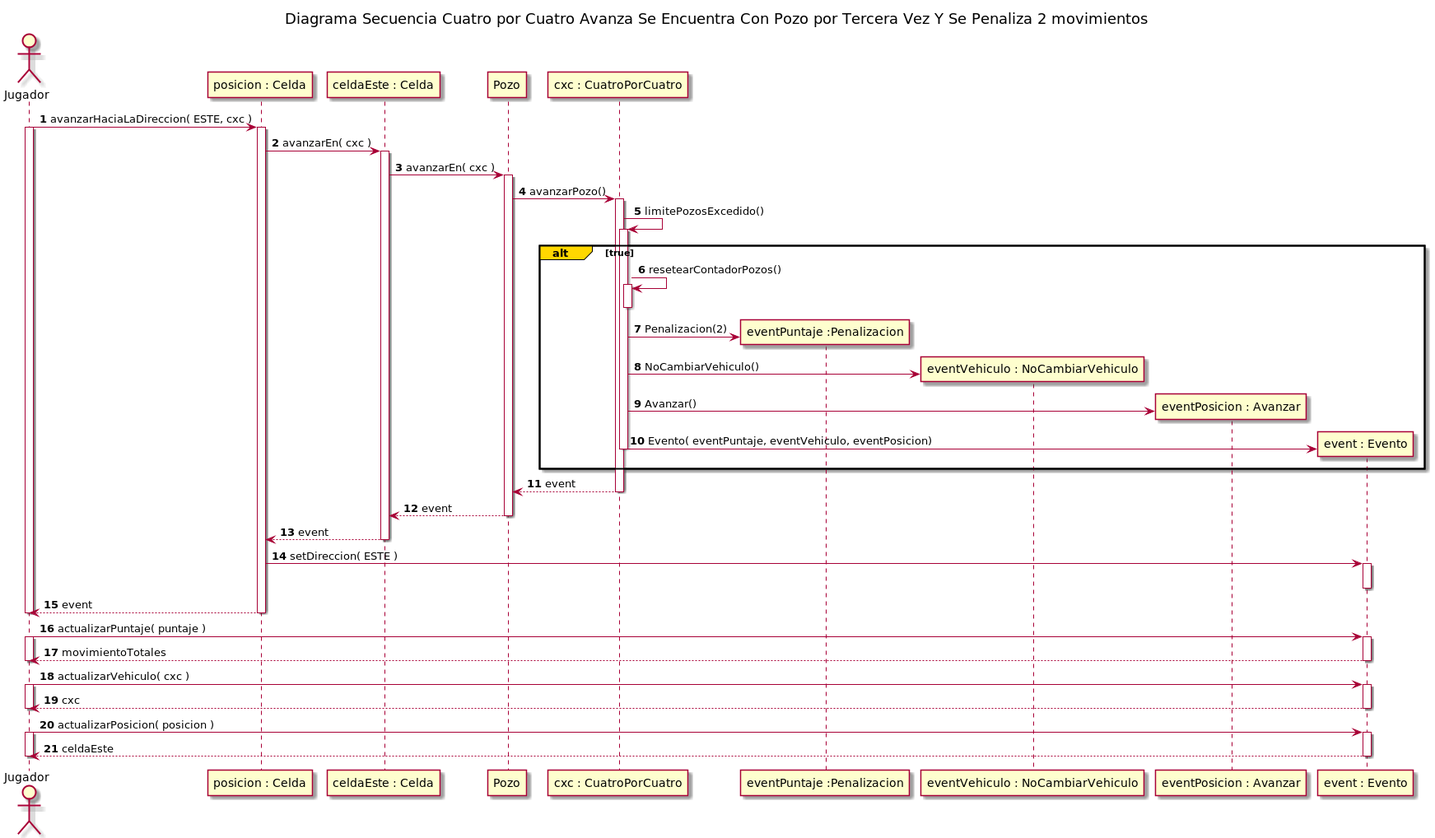
Above: diagrams/sequences/entrega1/actualizados/img/DiagramaSecuenciaCasoConPozo3VecesEnCuatroPorCuatro.png in rodrigovzq/algo3_tp2 (PlantUML), before the change. Its diagram source:
```plantuml
@startuml
title Diagrama Secuencia Cuatro por Cuatro Avanza Se Encuentra Con Pozo por Tercera Vez Y Se Penaliza 2 movimientos


autonumber

actor Jugador

Jugador -> "posicion : Celda"++: avanzarHaciaLaDireccion( ESTE, cxc )

activate Jugador
"posicion : Celda" -> "celdaEste : Celda"++: avanzarEn( cxc )


"celdaEste : Celda" -> Pozo++: avanzarEn( cxc )
Pozo -> "cxc : CuatroPorCuatro"++: avanzarPozo()

"cxc : CuatroPorCuatro" -> "cxc : CuatroPorCuatro"++: limitePozosExcedido()

alt#Gold   true
    "cxc : CuatroPorCuatro" ->"cxc : CuatroPorCuatro"++: resetearContadorPozos()
    deactivate "cxc : CuatroPorCuatro"
    create "eventPuntaje :Penalizacion"
    "cxc : CuatroPorCuatro"-> "eventPuntaje :Penalizacion": Penalizacion(2)

    create "eventVehiculo : NoCambiarVehiculo"
    "cxc : CuatroPorCuatro"-> "eventVehiculo : NoCambiarVehiculo": NoCambiarVehiculo()

    create "eventPosicion : Avanzar"
    "cxc : CuatroPorCuatro"-> "eventPosicion : Avanzar": Avanzar()

    create "event : Evento"
    "cxc : CuatroPorCuatro"  -> "event : Evento": Evento( eventPuntaje, eventVehiculo, eventPosicion)

    deactivate "cxc : CuatroPorCuatro"

end
    "cxc : CuatroPorCuatro" --> Pozo--: event

Pozo --> "celdaEste : Celda": event
deactivate Pozo


"celdaEste : Celda" --> "posicion : Celda": event
deactivate "celdaEste : Celda"


"posicion : Celda" -> "event : Evento"++: setDireccion( ESTE )
deactivate "event : Evento"
"posicion : Celda" --> Jugador--: event
deactivate Jugador

Jugador -> "event : Evento"++: actualizarPuntaje( puntaje )
activate Jugador
Jugador <-- "event : Evento"--: movimientoTotales
deactivate Jugador

Jugador -> "event : Evento"++: actualizarVehiculo( cxc )
activate Jugador
Jugador <-- "event : Evento"--: cxc
deactivate Jugador

Jugador -> "event : Evento"++: actualizarPosicion( posicion )
activate Jugador
Jugador <-- "event : Evento"--: celdaEste
deactivate Jugador
@enduml
```
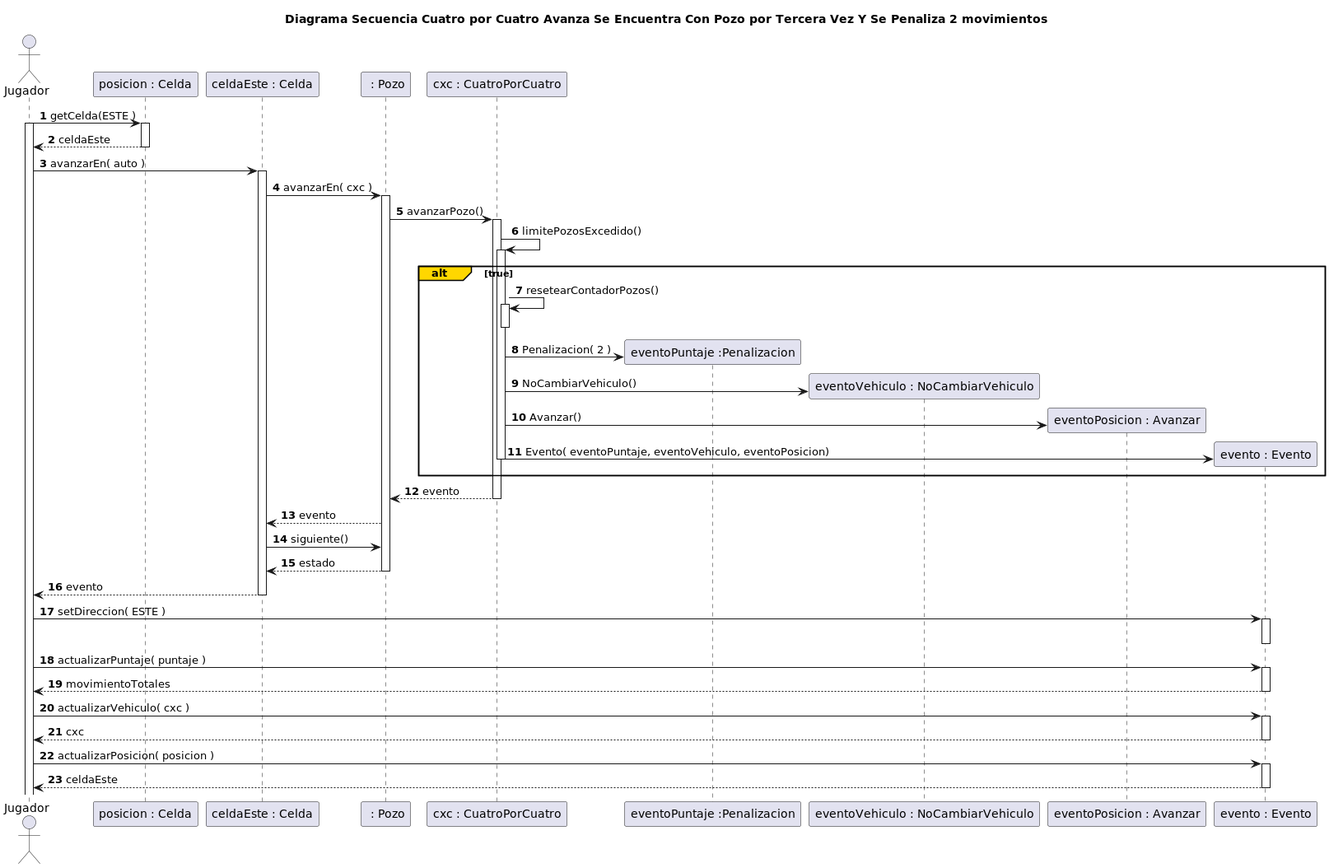
After the change.

What changed in the source:
```diff
@@ -6,62 +6,56 @@
 
 actor Jugador
 
-Jugador -> "posicion : Celda"++: avanzarHaciaLaDireccion( ESTE, cxc )
-
+Jugador -> "posicion : Celda"++: getCelda(ESTE )
 activate Jugador
-"posicion : Celda" -> "celdaEste : Celda"++: avanzarEn( cxc )
+"posicion : Celda" --> Jugador: celdaEste
+deactivate "posicion : Celda"
+ Jugador -> "celdaEste : Celda"++: avanzarEn( auto )
 
 
-"celdaEste : Celda" -> Pozo++: avanzarEn( cxc )
-Pozo -> "cxc : CuatroPorCuatro"++: avanzarPozo()
+
+"celdaEste : Celda" -> " : Pozo"++: avanzarEn( cxc )
+" : Pozo" -> "cxc : CuatroPorCuatro"++: avanzarPozo()
 
 "cxc : CuatroPorCuatro" -> "cxc : CuatroPorCuatro"++: limitePozosExcedido()
 
 alt#Gold   true
     "cxc : CuatroPorCuatro" ->"cxc : CuatroPorCuatro"++: resetearContadorPozos()
     deactivate "cxc : CuatroPorCuatro"
-    create "eventPuntaje :Penalizacion"
-    "cxc : CuatroPorCuatro"-> "eventPuntaje :Penalizacion": Penalizacion(2)
+    create "eventoPuntaje :Penalizacion"
+    "cxc : CuatroPorCuatro"-> "eventoPuntaje :Penalizacion": Penalizacion( 2 )
 
-    create "eventVehiculo : NoCambiarVehiculo"
-    "cxc : CuatroPorCuatro"-> "eventVehiculo : NoCambiarVehiculo": NoCambiarVehiculo()
+    create "eventoVehiculo : NoCambiarVehiculo"
+    "cxc : CuatroPorCuatro"-> "eventoVehiculo : NoCambiarVehiculo": NoCambiarVehiculo()
 
-    create "eventPosicion : Avanzar"
-    "cxc : CuatroPorCuatro"-> "eventPosicion : Avanzar": Avanzar()
+    create "eventoPosicion : Avanzar"
+    "cxc : CuatroPorCuatro"-> "eventoPosicion : Avanzar": Avanzar()
 
-    create "event : Evento"
-    "cxc : CuatroPorCuatro"  -> "event : Evento": Evento( eventPuntaje, eventVehiculo, eventPosicion)
+    create "evento : Evento"
+    "cxc : CuatroPorCuatro"  -> "evento : Evento": Evento( eventoPuntaje, eventoVehiculo, eventoPosicion)
 
     deactivate "cxc : CuatroPorCuatro"
 
 end
-    "cxc : CuatroPorCuatro" --> Pozo--: event
+    "cxc : CuatroPorCuatro" --> " : Pozo"--: evento
 
-Pozo --> "celdaEste : Celda": event
-deactivate Pozo
+" : Pozo" --> "celdaEste : Celda": evento
+"celdaEste : Celda" -> " : Pozo": siguiente()
+" : Pozo" --> "celdaEste : Celda": estado
+deactivate " : Pozo"
 
+"celdaEste : Celda" --> Jugador: evento
+deactivate "celdaEste : Celda"
+Jugador -> "evento : Evento"++: setDireccion( ESTE )
+deactivate "evento : Evento"
 
-"celdaEste : Celda" --> "posicion : Celda": event
-deactivate "celdaEste : Celda"
+Jugador -> "evento : Evento"++: actualizarPuntaje( puntaje )
+Jugador <-- "evento : Evento"--: movimientoTotales
 
+Jugador -> "evento : Evento"++: actualizarVehiculo( cxc )
+Jugador <-- "evento : Evento"--: cxc
 
-"posicion : Celda" -> "event : Evento"++: setDireccion( ESTE )
-deactivate "event : Evento"
-"posicion : Celda" --> Jugador--: event
-deactivate Jugador
+Jugador -> "evento : Evento"++: actualizarPosicion( posicion )
+Jugador <-- "evento : Evento"--: celdaEste
 
-Jugador -> "event : Evento"++: actualizarPuntaje( puntaje )
-activate Jugador
-Jugador <-- "event : Evento"--: movimientoTotales
-deactivate Jugador
-
-Jugador -> "event : Evento"++: actualizarVehiculo( cxc )
-activate Jugador
-Jugador <-- "event : Evento"--: cxc
-deactivate Jugador
-
-Jugador -> "event : Evento"++: actualizarPosicion( posicion )
-activate Jugador
-Jugador <-- "event : Evento"--: celdaEste
-deactivate Jugador
 @enduml
```
